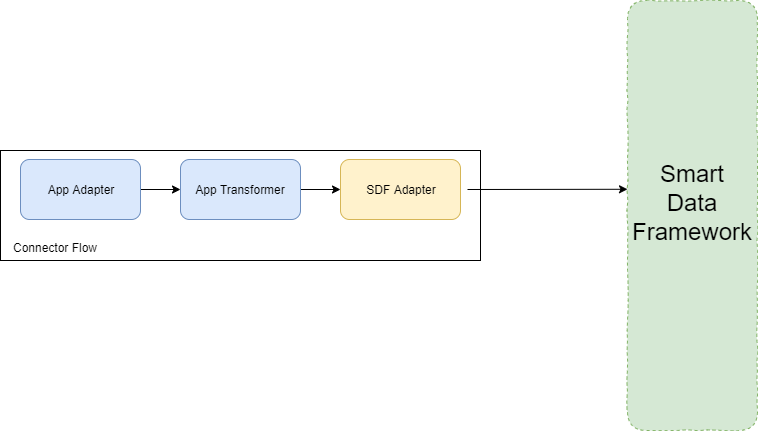
Above: assets/sdfAdapter.png in openintegrationhub/sdf-adapter (draw.io), before the change. Source tidied: cells renumbered, new cells last; positions are measured from the earlier drawing's top-left corner, leaving out a move shared by most shapes.
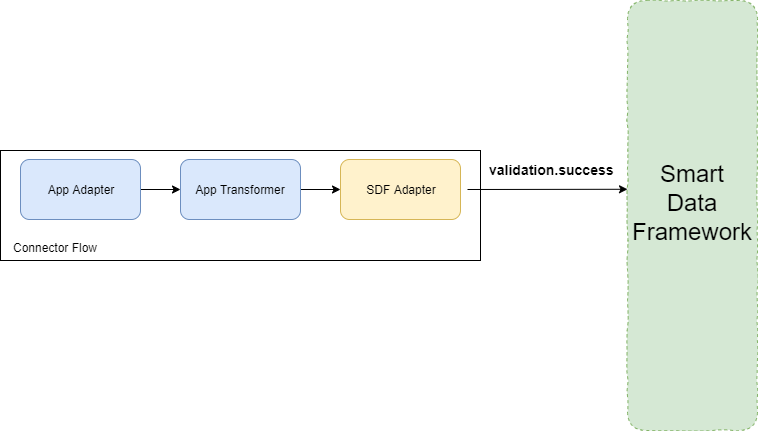
The same diagram one commit later.

The edit, as a diff of the source:
```diff
@@ -31,5 +31,8 @@
         <mxPoint x="467" y="189" as="sourcePoint" />
       </mxGeometry>
     </mxCell>
+    <mxCell id="11" value="validation.success" style="text;html=1;align=left;verticalAlign=top;spacingTop=-4;fontSize=14;fontStyle=1;" parent="1" vertex="1">
+      <mxGeometry x="487" y="159" width="130" height="20" as="geometry" />
+    </mxCell>
   </root>
 </mxGraphModel>
```
